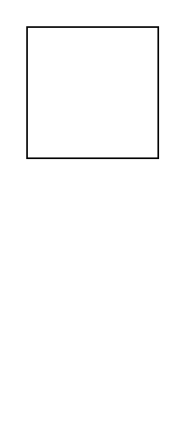
The draw.io diagram views/未命名表单.drawio in lys829/yiBlog, before the edit. Source tidied: cells renumbered, new cells numbered last; positions are measured from the earlier drawing's top-left corner, leaving out a move shared by most shapes. Both pictures are drawn from the tidied source at 164%, with x=0, y=0 at pixel (26, 26).
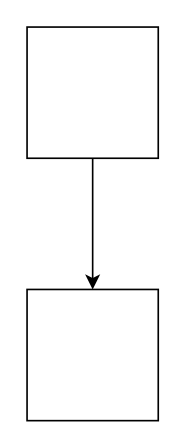
The same diagram, later.

Diff of the diagram source:
```diff
@@
 <mxGraphModel>
   <root>
     <mxCell id="0" />
     <mxCell id="1" parent="0" />
+    <mxCell id="3" style="edgeStyle=orthogonalEdgeStyle;rounded=0;jettySize=auto;html=1;" parent="1" edge="1" source="2" target="4">
+      <mxGeometry relative="1" as="geometry" />
+    </mxCell>
     <mxCell id="2" style="whiteSpace=wrap;html=1;" parent="1" vertex="1">
       <mxGeometry width="80" height="80" as="geometry" />
     </mxCell>
+    <mxCell id="4" style="whiteSpace=wrap;html=1;" parent="1" vertex="1">
+      <mxGeometry y="160" width="80" height="80" as="geometry" />
+    </mxCell>
   </root>
 </mxGraphModel>
```
